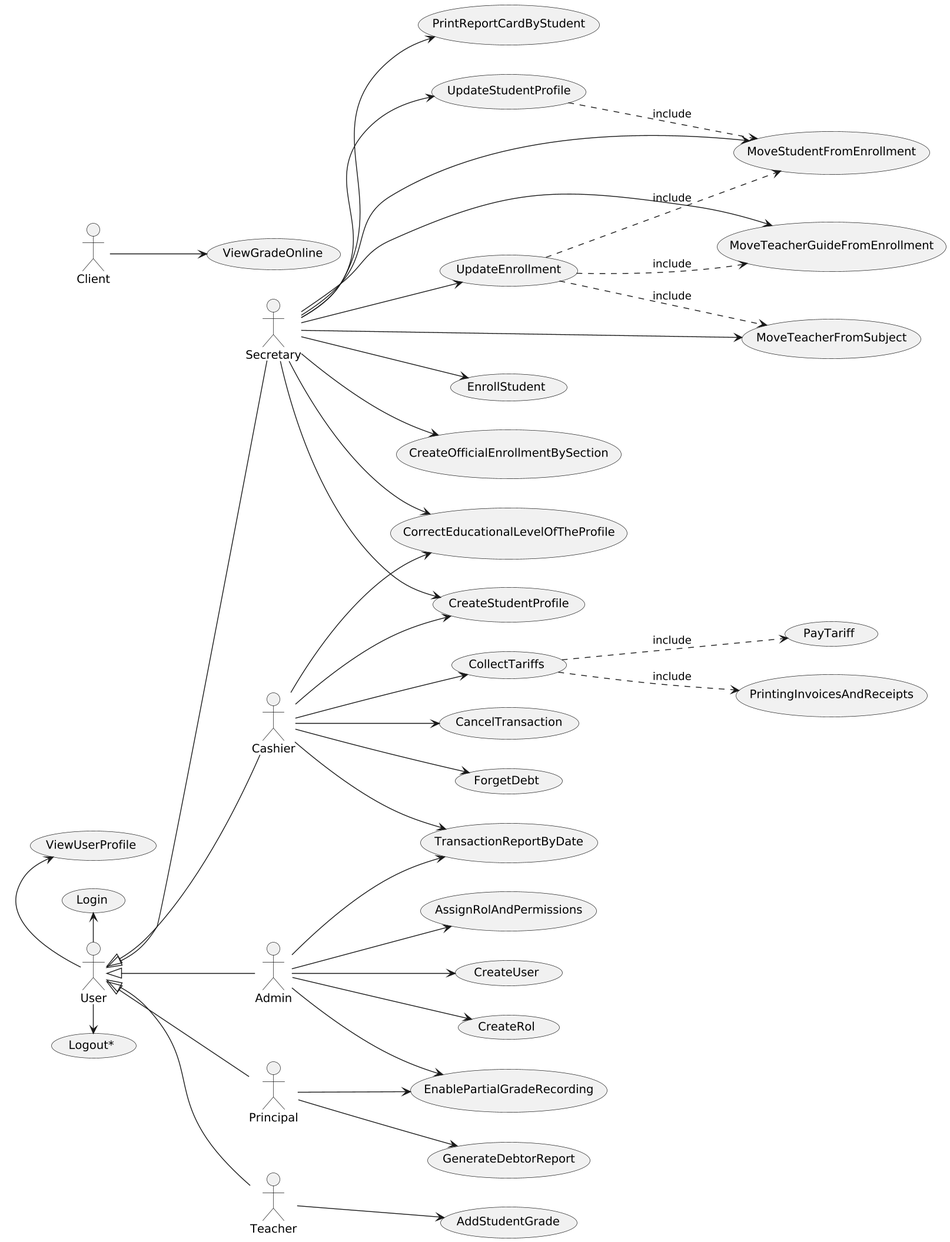
The PlantUML diagram out/UseCaseView/UseCases.png in wsmcbl/wsmcbl.doc, before a commit.
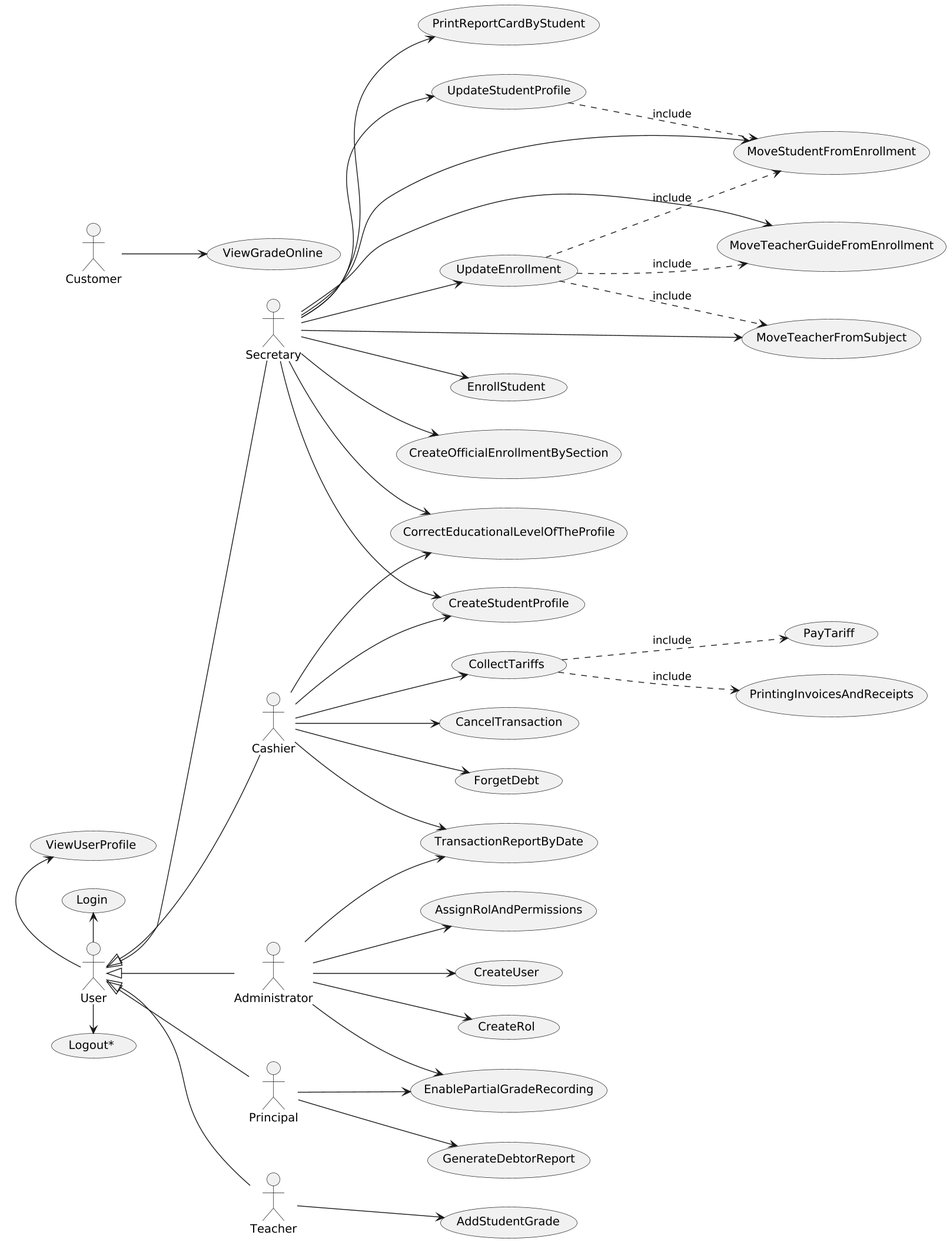
The same diagram one commit later.

Change to the diagram source:
```diff
@@ -26,7 +26,7 @@
 
 CollectTariffs ..> PrintingInvoicesAndReceipts: include
 
-actor Client
+actor Customer
 actor Teacher
 
 User <|-- Teacher
@@ -49,9 +49,9 @@
 CollectTariffs ..> CU60 : include
 
 
-actor Admin
+actor Administrator
 
-User <|-- Admin
+User <|-- Administrator
 
 usecase CU15 as "ViewGradeOnline"
 usecase CU16 as "UpdateStudentProfile"
@@ -61,7 +61,7 @@
 usecase CU75 as "TransactionReportByDate"
 
 
-Client --> CU15
+Customer --> CU15
 
 Secretary --> CU16
 Secretary --> CU22
@@ -70,7 +70,7 @@
 Cashier --> CU73
 Cashier --> CU75
 
-Admin --> CU75
+Administrator --> CU75
 
 
 CU16 ..> CU23 : include
@@ -96,10 +96,10 @@
 Secretary --> CU20
 Secretary --> CU77
 
-Admin --> CU46
-Admin --> CU61
-Admin --> CU70
-Admin --> CU71
+Administrator --> CU46
+Administrator --> CU61
+Administrator --> CU70
+Administrator --> CU71
 
 Cashier --> CU77
 Cashier --> CU78
```
